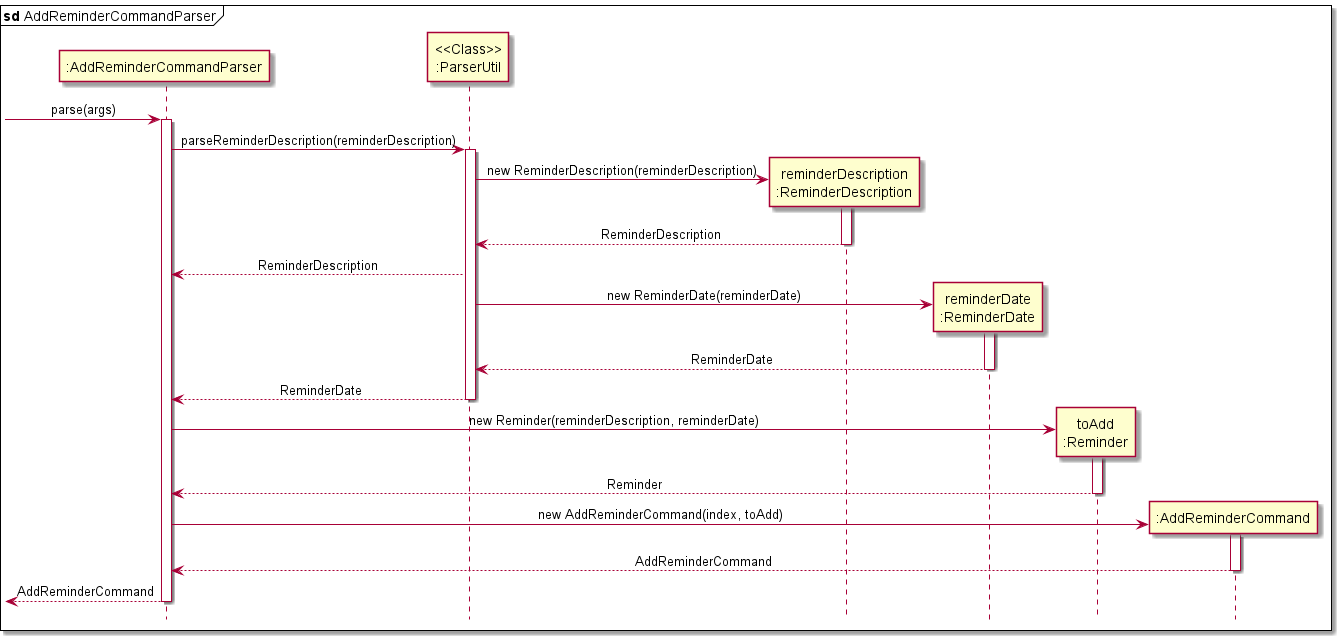
This is docs/images/AddReminderCommandParserSeqDiagram.png from pyk595/tp, a PlantUML export, as it was before one commit. Source of this version:
```plantuml
@startuml

mainframe **sd** AddReminderCommandParser
hide footbox

skinparam Sequence {
    MessageAlign center
    BoxFontSize 15
    BoxPadding 0
    BoxFontColor #FFFFFF
    FontName Arial
}

participant ":AddReminderCommandParser" as AddReminderCommandParser
participant "<<Class>>\n:ParserUtil" as ParserUtil
participant "reminderDescription\n:ReminderDescription" as ReminderDescription
participant "reminderDate\n:ReminderDate" as ReminderDate
participant "toAdd\n:Reminder" as Reminder
participant ":AddReminderCommand" as AddReminderCommand

-> AddReminderCommandParser : parse(args)

activate AddReminderCommandParser
AddReminderCommandParser -> ParserUtil : parseReminderDescription(reminderDescription)
activate ParserUtil

create ReminderDescription
ParserUtil -> ReminderDescription : new ReminderDescription(reminderDescription)
activate ReminderDescription

ReminderDescription --> ParserUtil : ReminderDescription
deactivate ReminderDescription

ParserUtil --> AddReminderCommandParser : ReminderDescription

create ReminderDate
ParserUtil -> ReminderDate : new ReminderDate(reminderDate)
activate ReminderDate

ReminderDate --> ParserUtil : ReminderDate
deactivate ReminderDate

ParserUtil --> AddReminderCommandParser : ReminderDate
deactivate ParserUtil

create Reminder
AddReminderCommandParser -> Reminder : new Reminder(reminderDescription, reminderDate)
activate Reminder

Reminder --> AddReminderCommandParser : Reminder
deactivate Reminder

create AddReminderCommand
AddReminderCommandParser -> AddReminderCommand : new AddReminderCommand(index, toAdd)
activate AddReminderCommand

AddReminderCommand --> AddReminderCommandParser : AddReminderCommand
deactivate AddReminderCommand

<-- AddReminderCommandParser : AddReminderCommand
deactivate AddReminderCommandParser

@enduml
```
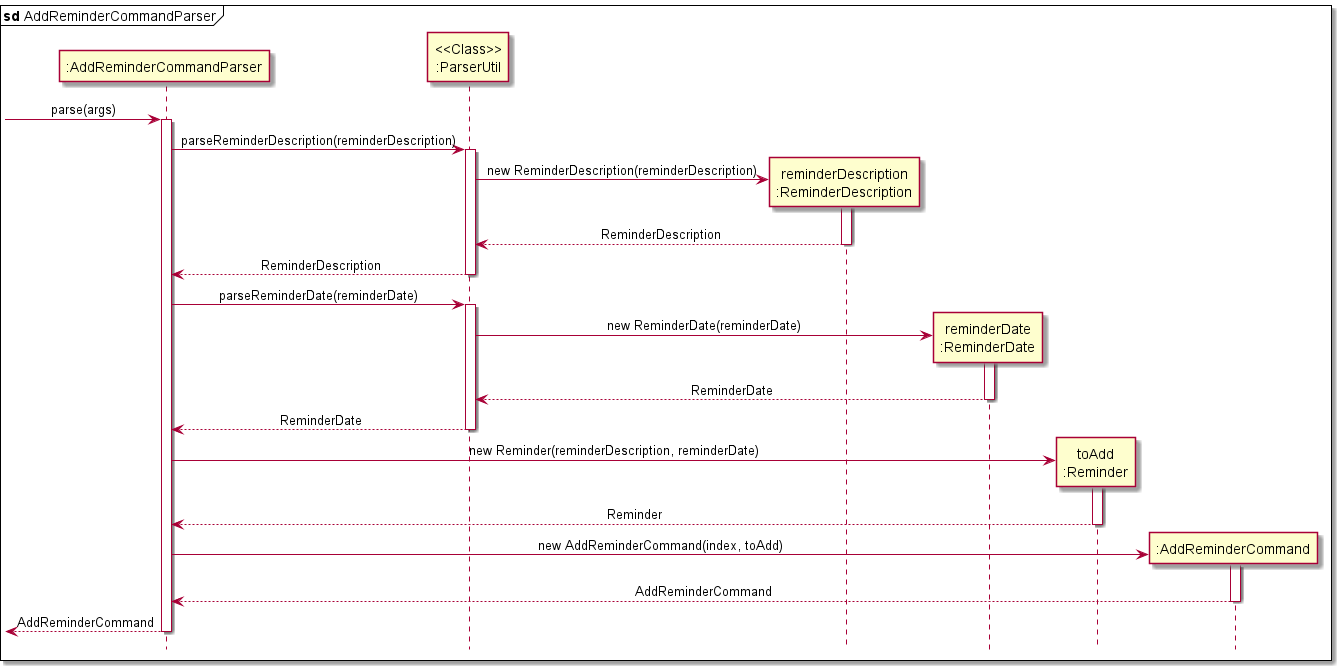
After the change.

Commit message:
Fix UML diagrams in DG based on comments

What changed in the source:
```diff
@@ -32,6 +32,10 @@
 deactivate ReminderDescription
 
 ParserUtil --> AddReminderCommandParser : ReminderDescription
+deactivate ParserUtil
+
+AddReminderCommandParser -> ParserUtil : parseReminderDate(reminderDate)
+activate ParserUtil
 
 create ReminderDate
 ParserUtil -> ReminderDate : new ReminderDate(reminderDate)
```
